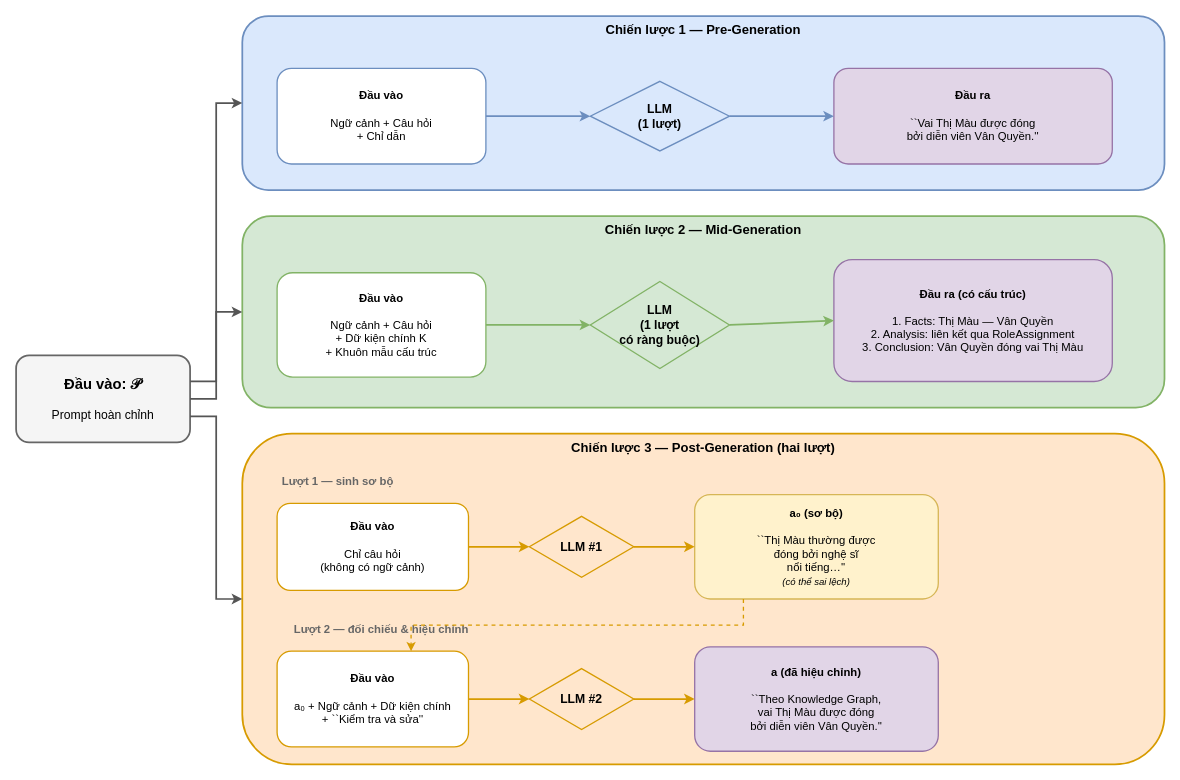
This is thesis/figures/c3/generation_strategies.drawio from BlackRose484/GraphRAG, a draw.io file, before an edit. Source tidied: cells renumbered, new cells numbered last; positions are measured from the earlier drawing's top-left corner, leaving out a move shared by most shapes. Both pictures are drawn from the tidied source at 87%, with x=0, y=0 at pixel (16, 16).
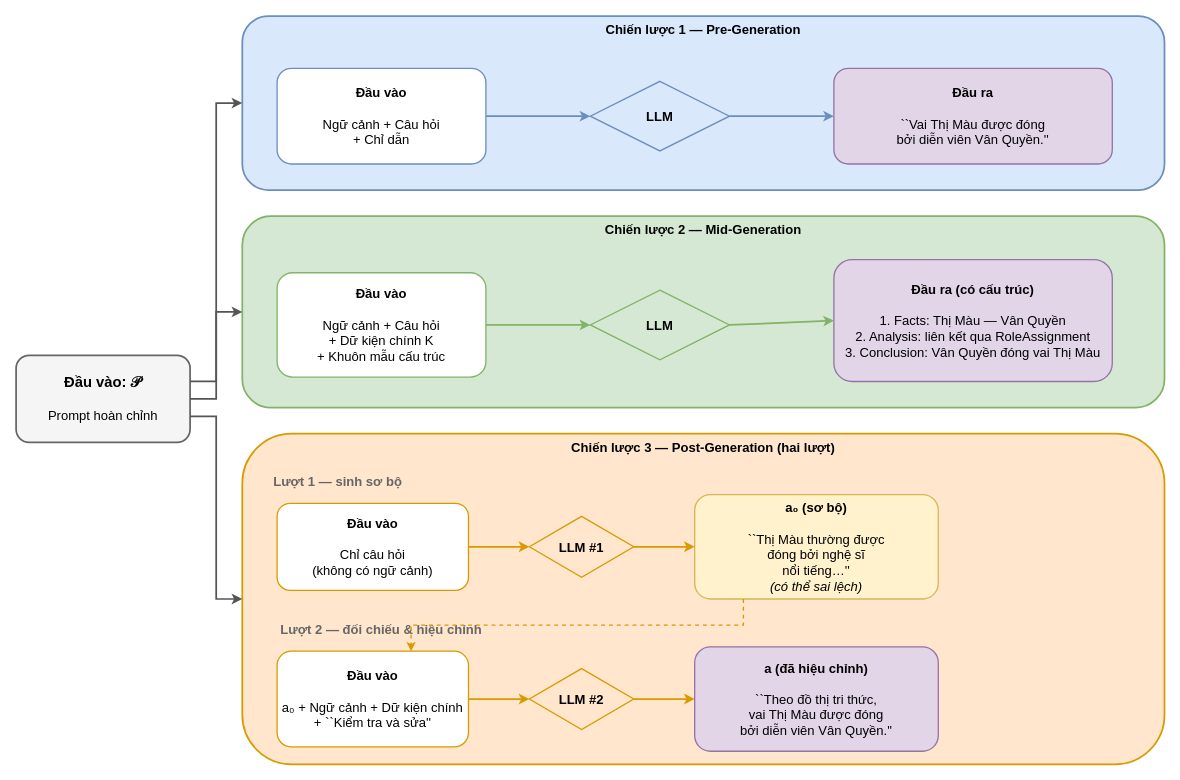
Above is the later version.

The edit, as a diff of the source:
```diff
@@
-    <mxCell id="2" value="&lt;b style=&quot;font-size:17px&quot;&gt;Đầu vào: 𝒫&lt;/b&gt;&lt;br&gt;&lt;br&gt;Prompt hoàn chỉnh" style="rounded=1;whiteSpace=wrap;html=1;fillColor=#f5f5f5;strokeColor=#666666;strokeWidth=2;fontSize=14;align=center;verticalAlign=middle;" parent="1" vertex="1">
+    <mxCell id="2" value="&lt;b style=&quot;font-size:17px&quot;&gt;Đầu vào: 𝒫&lt;/b&gt;&lt;br&gt;&lt;br&gt;Prompt hoàn chỉnh" style="rounded=1;whiteSpace=wrap;html=1;fillColor=#f5f5f5;strokeColor=#666666;strokeWidth=2;fontSize=15;align=center;verticalAlign=middle;" parent="1" vertex="1">
       <mxGeometry y="390" width="200" height="100" as="geometry" />
     </mxCell>
@@
-    <mxCell id="4" value="&lt;b&gt;Đầu vào&lt;/b&gt;&lt;br&gt;&lt;br&gt;Ngữ cảnh + Câu hỏi&lt;br&gt;+ Chỉ dẫn" style="rounded=1;whiteSpace=wrap;html=1;fillColor=#ffffff;strokeColor=#6c8ebf;strokeWidth=1.5;fontSize=13;align=center;verticalAlign=middle;" parent="1" vertex="1">
+    <mxCell id="4" value="&lt;b&gt;Đầu vào&lt;/b&gt;&lt;br&gt;&lt;br&gt;Ngữ cảnh + Câu hỏi&lt;br&gt;+ Chỉ dẫn" style="rounded=1;whiteSpace=wrap;html=1;fillColor=#ffffff;strokeColor=#6c8ebf;strokeWidth=1.5;fontSize=15;align=center;verticalAlign=middle;" parent="1" vertex="1">
       <mxGeometry x="300" y="60" width="240" height="110" as="geometry" />
     </mxCell>
-    <mxCell id="5" value="&lt;b&gt;LLM&lt;/b&gt;&lt;br&gt;(1 lượt)" style="rhombus;whiteSpace=wrap;html=1;fillColor=#dae8fc;strokeColor=#6c8ebf;strokeWidth=1.5;fontSize=14;fontStyle=1;align=center;verticalAlign=middle;" parent="1" vertex="1">
+    <mxCell id="5" value="&lt;b&gt;LLM&lt;/b&gt;" style="rhombus;whiteSpace=wrap;html=1;fillColor=#dae8fc;strokeColor=#6c8ebf;strokeWidth=1.5;fontSize=15;fontStyle=1;align=center;verticalAlign=middle;" parent="1" vertex="1">
       <mxGeometry x="660" y="75" width="160" height="80" as="geometry" />
     </mxCell>
-    <mxCell id="6" value="&lt;b&gt;Đầu ra&lt;/b&gt;&lt;br&gt;&lt;br&gt;``Vai Thị Màu được đóng&lt;br&gt;bởi diễn viên Vân Quyền.''" style="rounded=1;whiteSpace=wrap;html=1;fillColor=#e1d5e7;strokeColor=#9673a6;strokeWidth=1.5;fontSize=13;align=center;verticalAlign=middle;" parent="1" vertex="1">
+    <mxCell id="6" value="&lt;b&gt;Đầu ra&lt;/b&gt;&lt;br&gt;&lt;br&gt;``Vai Thị Màu được đóng&lt;br&gt;bởi diễn viên Vân Quyền.''" style="rounded=1;whiteSpace=wrap;html=1;fillColor=#e1d5e7;strokeColor=#9673a6;strokeWidth=1.5;fontSize=15;align=center;verticalAlign=middle;" parent="1" vertex="1">
       <mxGeometry x="940" y="60" width="320" height="110" as="geometry" />
     </mxCell>
@@
-    <mxCell id="10" value="&lt;b&gt;Đầu vào&lt;/b&gt;&lt;br&gt;&lt;br&gt;Ngữ cảnh + Câu hỏi&lt;br&gt;+ Dữ kiện chính K&lt;br&gt;+ Khuôn mẫu cấu trúc" style="rounded=1;whiteSpace=wrap;html=1;fillColor=#ffffff;strokeColor=#82b366;strokeWidth=1.5;fontSize=13;align=center;verticalAlign=middle;" parent="1" vertex="1">
+    <mxCell id="10" value="&lt;b&gt;Đầu vào&lt;/b&gt;&lt;br&gt;&lt;br&gt;Ngữ cảnh + Câu hỏi&lt;br&gt;+ Dữ kiện chính K&lt;br&gt;+ Khuôn mẫu cấu trúc" style="rounded=1;whiteSpace=wrap;html=1;fillColor=#ffffff;strokeColor=#82b366;strokeWidth=1.5;fontSize=15;align=center;verticalAlign=middle;" parent="1" vertex="1">
       <mxGeometry x="300" y="295" width="240" height="120" as="geometry" />
     </mxCell>
-    <mxCell id="11" value="&lt;b&gt;LLM&lt;/b&gt;&lt;br&gt;(1 lượt&lt;br&gt;có ràng buộc)" style="rhombus;whiteSpace=wrap;html=1;fillColor=#d5e8d4;strokeColor=#82b366;strokeWidth=1.5;fontSize=14;fontStyle=1;align=center;verticalAlign=middle;" parent="1" vertex="1">
-      <mxGeometry x="660" y="305" width="160" height="100" as="geometry" />
+    <mxCell id="11" value="&lt;b&gt;LLM&lt;/b&gt;" style="rhombus;whiteSpace=wrap;html=1;fillColor=#d5e8d4;strokeColor=#82b366;strokeWidth=1.5;fontSize=15;fontStyle=1;align=center;verticalAlign=middle;" parent="1" vertex="1">
+      <mxGeometry x="660" y="315" width="160" height="80" as="geometry" />
     </mxCell>
-    <mxCell id="12" value="&lt;b&gt;Đầu ra (có cấu trúc)&lt;/b&gt;&lt;br&gt;&lt;br&gt;1. Facts: Thị Màu — Vân Quyền&lt;br&gt;2. Analysis: liên kết qua RoleAssignment&lt;br&gt;3. Conclusion: Vân Quyền đóng vai Thị Màu" style="rounded=1;whiteSpace=wrap;html=1;fillColor=#e1d5e7;strokeColor=#9673a6;strokeWidth=1.5;fontSize=13;align=center;verticalAlign=middle;" parent="1" vertex="1">
+    <mxCell id="12" value="&lt;b&gt;Đầu ra (có cấu trúc)&lt;/b&gt;&lt;br&gt;&lt;br&gt;1. Facts: Thị Màu — Vân Quyền&lt;br&gt;2. Analysis: liên kết qua RoleAssignment&lt;br&gt;3. Conclusion: Vân Quyền đóng vai Thị Màu" style="rounded=1;whiteSpace=wrap;html=1;fillColor=#e1d5e7;strokeColor=#9673a6;strokeWidth=1.5;fontSize=15;align=center;verticalAlign=middle;" parent="1" vertex="1">
       <mxGeometry x="940" y="280" width="320" height="140" as="geometry" />
     </mxCell>
@@
-    <mxCell id="16" value="&lt;b&gt;Lượt 1 — sinh sơ bộ&lt;/b&gt;" style="text;html=1;align=center;verticalAlign=middle;whiteSpace=wrap;rounded=0;fontSize=13;fontStyle=1;fontColor=#666666;" parent="1" vertex="1">
+    <mxCell id="16" value="&lt;b&gt;Lượt 1 — sinh sơ bộ&lt;/b&gt;" style="text;html=1;align=center;verticalAlign=middle;whiteSpace=wrap;rounded=0;fontSize=15;fontStyle=1;fontColor=#666666;" parent="1" vertex="1">
       <mxGeometry x="280" y="520" width="180" height="30" as="geometry" />
     </mxCell>
-    <mxCell id="17" value="&lt;b&gt;Đầu vào&lt;/b&gt;&lt;br&gt;&lt;br&gt;Chỉ câu hỏi&lt;br&gt;(không có ngữ cảnh)" style="rounded=1;whiteSpace=wrap;html=1;fillColor=#ffffff;strokeColor=#d79b00;strokeWidth=1.5;fontSize=13;align=center;verticalAlign=middle;" parent="1" vertex="1">
+    <mxCell id="17" value="&lt;b&gt;Đầu vào&lt;/b&gt;&lt;br&gt;&lt;br&gt;Chỉ câu hỏi&lt;br&gt;(không có ngữ cảnh)" style="rounded=1;whiteSpace=wrap;html=1;fillColor=#ffffff;strokeColor=#d79b00;strokeWidth=1.5;fontSize=15;align=center;verticalAlign=middle;" parent="1" vertex="1">
       <mxGeometry x="300" y="560" width="220" height="100" as="geometry" />
     </mxCell>
-    <mxCell id="18" value="&lt;b&gt;LLM #1&lt;/b&gt;" style="rhombus;whiteSpace=wrap;html=1;fillColor=#ffe6cc;strokeColor=#d79b00;strokeWidth=1.5;fontSize=14;fontStyle=1;align=center;verticalAlign=middle;" parent="1" vertex="1">
+    <mxCell id="18" value="&lt;b&gt;LLM #1&lt;/b&gt;" style="rhombus;whiteSpace=wrap;html=1;fillColor=#ffe6cc;strokeColor=#d79b00;strokeWidth=1.5;fontSize=15;fontStyle=1;align=center;verticalAlign=middle;" parent="1" vertex="1">
       <mxGeometry x="590" y="575" width="120" height="70" as="geometry" />
     </mxCell>
-    <mxCell id="19" value="&lt;b&gt;a₀ (sơ bộ)&lt;/b&gt;&lt;br&gt;&lt;br&gt;``Thị Màu thường được&lt;br&gt;đóng bởi nghệ sĩ&lt;br&gt;nổi tiếng…''&lt;br&gt;&lt;font style=&quot;font-size:11px;font-style:italic&quot;&gt;(có thể sai lệch)&lt;/font&gt;" style="rounded=1;whiteSpace=wrap;html=1;fillColor=#fff2cc;strokeColor=#d6b656;strokeWidth=1.5;fontSize=13;align=center;verticalAlign=middle;" parent="1" vertex="1">
+    <mxCell id="19" value="&lt;b&gt;a₀ (sơ bộ)&lt;/b&gt;&lt;br&gt;&lt;br&gt;``Thị Màu thường được&lt;br&gt;đóng bởi nghệ sĩ&lt;br&gt;nổi tiếng…''&lt;br&gt;&lt;font style=&quot;font-size:15px;font-style:italic&quot;&gt;(có thể sai lệch)&lt;/font&gt;" style="rounded=1;whiteSpace=wrap;html=1;fillColor=#fff2cc;strokeColor=#d6b656;strokeWidth=1.5;fontSize=15;align=center;verticalAlign=middle;" parent="1" vertex="1">
       <mxGeometry x="780" y="550" width="280" height="120" as="geometry" />
     </mxCell>
@@
-    <mxCell id="22" value="&lt;b&gt;Lượt 2 — đối chiếu &amp;amp; hiệu chỉnh&lt;/b&gt;" style="text;html=1;align=center;verticalAlign=middle;whiteSpace=wrap;rounded=0;fontSize=13;fontStyle=1;fontColor=#666666;" parent="1" vertex="1">
+    <mxCell id="22" value="&lt;b&gt;Lượt 2 — đối chiếu &amp;amp; hiệu chỉnh&lt;/b&gt;" style="text;html=1;align=center;verticalAlign=middle;whiteSpace=wrap;rounded=0;fontSize=15;fontStyle=1;fontColor=#666666;" parent="1" vertex="1">
       <mxGeometry x="280" y="690" width="280" height="30" as="geometry" />
     </mxCell>
-    <mxCell id="23" value="&lt;b&gt;Đầu vào&lt;/b&gt;&lt;br&gt;&lt;br&gt;a₀ + Ngữ cảnh + Dữ kiện chính&lt;br&gt;+ ``Kiểm tra và sửa''" style="rounded=1;whiteSpace=wrap;html=1;fillColor=#ffffff;strokeColor=#d79b00;strokeWidth=1.5;fontSize=13;align=center;verticalAlign=middle;" parent="1" vertex="1">
+    <mxCell id="23" value="&lt;b&gt;Đầu vào&lt;/b&gt;&lt;br&gt;&lt;br&gt;a₀ + Ngữ cảnh + Dữ kiện chính&lt;br&gt;+ ``Kiểm tra và sửa''" style="rounded=1;whiteSpace=wrap;html=1;fillColor=#ffffff;strokeColor=#d79b00;strokeWidth=1.5;fontSize=15;align=center;verticalAlign=middle;" parent="1" vertex="1">
       <mxGeometry x="300" y="730" width="220" height="110" as="geometry" />
     </mxCell>
-    <mxCell id="24" value="&lt;b&gt;LLM #2&lt;/b&gt;" style="rhombus;whiteSpace=wrap;html=1;fillColor=#ffe6cc;strokeColor=#d79b00;strokeWidth=1.5;fontSize=14;fontStyle=1;align=center;verticalAlign=middle;" parent="1" vertex="1">
+    <mxCell id="24" value="&lt;b&gt;LLM #2&lt;/b&gt;" style="rhombus;whiteSpace=wrap;html=1;fillColor=#ffe6cc;strokeColor=#d79b00;strokeWidth=1.5;fontSize=15;fontStyle=1;align=center;verticalAlign=middle;" parent="1" vertex="1">
       <mxGeometry x="590" y="750" width="120" height="70" as="geometry" />
     </mxCell>
-    <mxCell id="25" value="&lt;b&gt;a (đã hiệu chỉnh)&lt;/b&gt;&lt;br&gt;&lt;br&gt;``Theo Knowledge Graph,&lt;br&gt;vai Thị Màu được đóng&lt;br&gt;bởi diễn viên Vân Quyền.''" style="rounded=1;whiteSpace=wrap;html=1;fillColor=#e1d5e7;strokeColor=#9673a6;strokeWidth=1.5;fontSize=13;align=center;verticalAlign=middle;" parent="1" vertex="1">
+    <mxCell id="25" value="&lt;b&gt;a (đã hiệu chỉnh)&lt;/b&gt;&lt;br&gt;&lt;br&gt;``Theo đồ thị tri thức,&lt;br&gt;vai Thị Màu được đóng&lt;br&gt;bởi diễn viên Vân Quyền.''" style="rounded=1;whiteSpace=wrap;html=1;fillColor=#e1d5e7;strokeColor=#9673a6;strokeWidth=1.5;fontSize=15;align=center;verticalAlign=middle;" parent="1" vertex="1">
       <mxGeometry x="780" y="725" width="280" height="120" as="geometry" />
     </mxCell>
```
